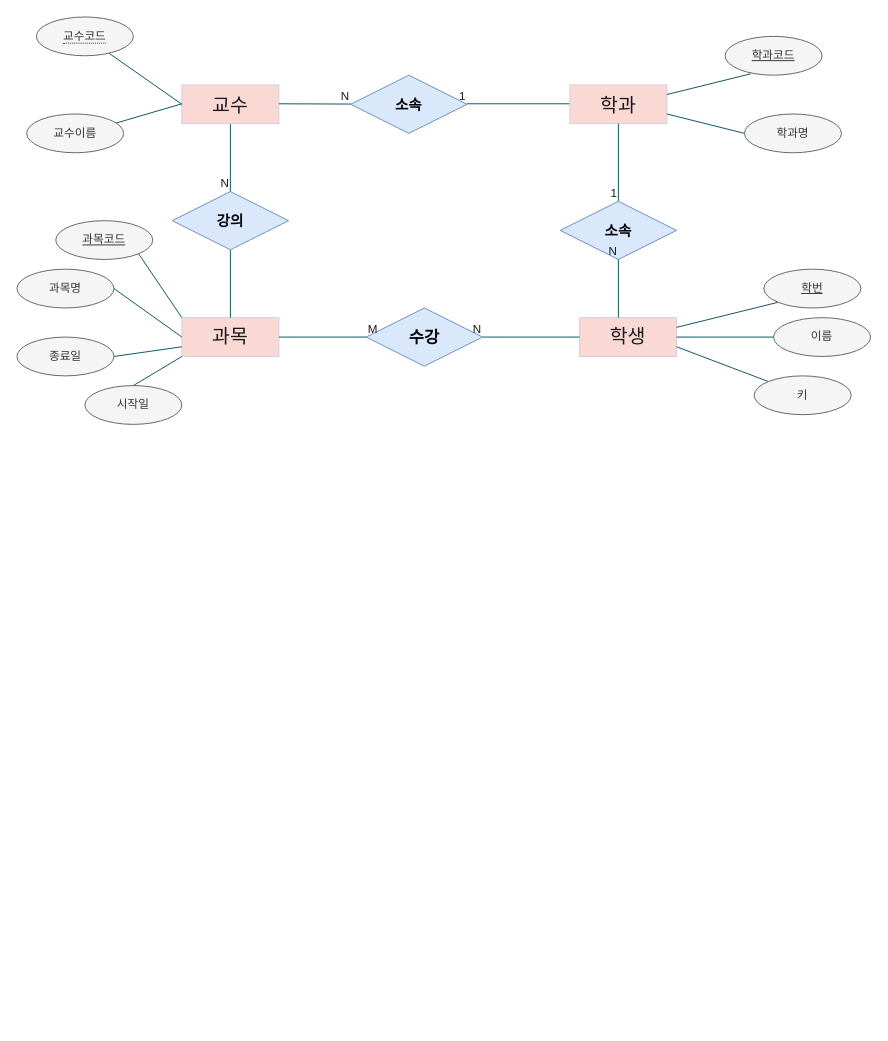
Before: 학사관리시스템.drawio in GyeomPark/SQL, a draw.io diagram. Source tidied: cells renumbered, new cells numbered last; positions are measured from the earlier drawing's top-left corner, leaving out a move shared by most shapes. Both pictures are drawn from the tidied source at 97%, with x=0, y=0 at pixel (16, 16).
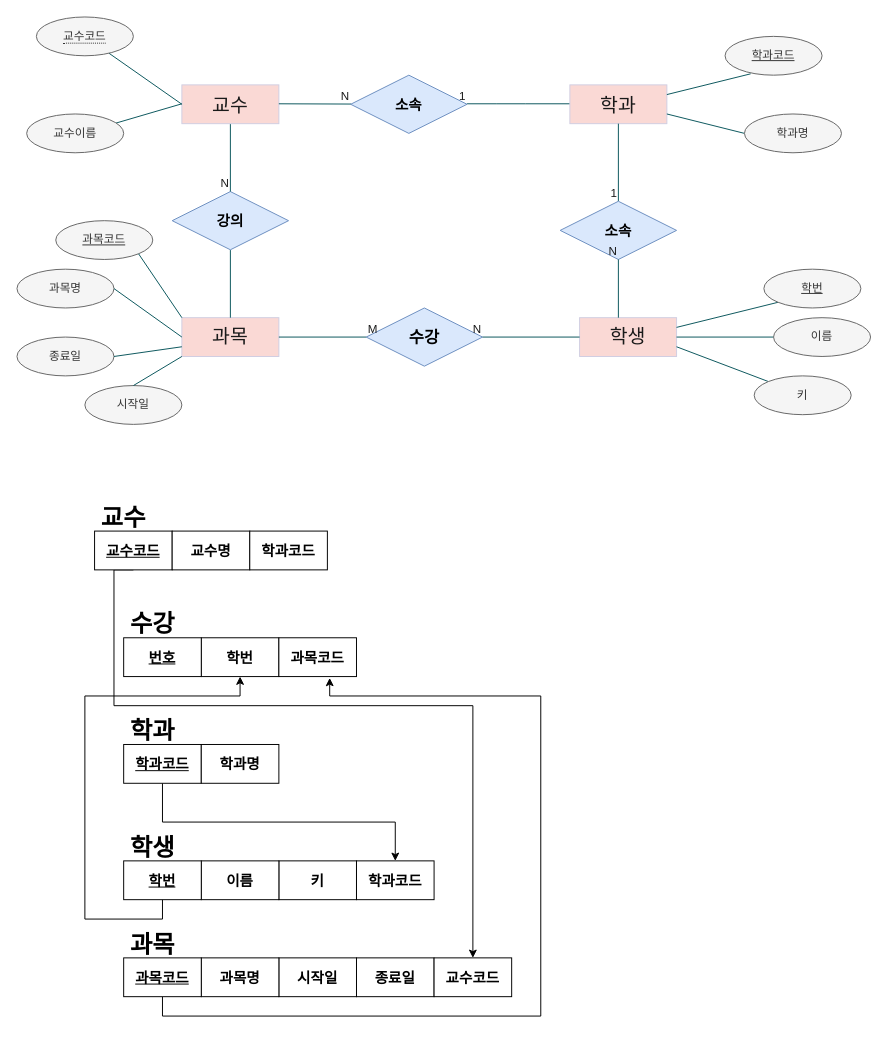
Above is the later version.

Commit message (it also covers changes not shown here):
학사관리시스템.drawio 업데이트

Diff of the diagram source:
```diff
@@
+    <mxCell id="49" style="edgeStyle=orthogonalEdgeStyle;rounded=0;jettySize=auto;html=1;exitX=0.5;exitY=1;exitDx=0;exitDy=0;entryX=0.5;entryY=0;entryDx=0;entryDy=0;" parent="1" edge="1" source="50" target="74">
+      <mxGeometry relative="1" as="geometry">
+        <Array as="points">
+          <mxPoint x="100" y="570" />
+          <mxPoint x="100" y="710" />
+          <mxPoint x="470" y="710" />
+        </Array>
+      </mxGeometry>
+    </mxCell>
+    <mxCell id="50" value="교수코드" style="rounded=0;whiteSpace=wrap;html=1;fontSize=15;fontStyle=5;" parent="1" vertex="1">
+      <mxGeometry x="80" y="530" width="80" height="40" as="geometry" />
+    </mxCell>
+    <mxCell id="51" value="학번" style="rounded=0;whiteSpace=wrap;html=1;fontSize=15;fontStyle=1;" parent="1" vertex="1">
+      <mxGeometry x="190" y="640" width="80" height="40" as="geometry" />
+    </mxCell>
+    <mxCell id="52" value="번호" style="rounded=0;whiteSpace=wrap;html=1;fontSize=15;fontStyle=5;" parent="1" vertex="1">
+      <mxGeometry x="110" y="640" width="80" height="40" as="geometry" />
+    </mxCell>
+    <mxCell id="53" value="교수명" style="rounded=0;whiteSpace=wrap;html=1;fontSize=15;fontStyle=1;" parent="1" vertex="1">
+      <mxGeometry x="160" y="530" width="80" height="40" as="geometry" />
+    </mxCell>
+    <mxCell id="54" value="과목코드" style="rounded=0;whiteSpace=wrap;html=1;fontSize=15;fontStyle=1;" parent="1" vertex="1">
+      <mxGeometry x="270" y="640" width="80" height="40" as="geometry" />
+    </mxCell>
+    <mxCell id="55" value="&lt;b&gt;&lt;font style=&quot;font-size: 25px;&quot;&gt;교수&lt;/font&gt;&lt;/b&gt;" style="text;html=1;strokeColor=none;fillColor=none;align=center;verticalAlign=middle;whiteSpace=wrap;rounded=0;" parent="1" vertex="1">
+      <mxGeometry x="80" y="500" width="60" height="30" as="geometry" />
+    </mxCell>
+    <mxCell id="56" value="&lt;font style=&quot;&quot;&gt;&lt;font style=&quot;font-size: 25px;&quot;&gt;&lt;b&gt;수강&lt;/b&gt;&lt;/font&gt;&lt;br&gt;&lt;/font&gt;" style="text;html=1;strokeColor=none;fillColor=none;align=center;verticalAlign=middle;whiteSpace=wrap;rounded=0;" parent="1" vertex="1">
+      <mxGeometry x="110" y="610" width="60" height="30" as="geometry" />
+    </mxCell>
+    <mxCell id="57" style="edgeStyle=orthogonalEdgeStyle;rounded=0;jettySize=auto;html=1;exitX=0.5;exitY=1;exitDx=0;exitDy=0;entryX=0.5;entryY=0;entryDx=0;entryDy=0;" parent="1" edge="1" source="58" target="66">
+      <mxGeometry relative="1" as="geometry" />
+    </mxCell>
+    <mxCell id="58" value="학과코드" style="rounded=0;whiteSpace=wrap;html=1;fontSize=15;fontStyle=5;" parent="1" vertex="1">
+      <mxGeometry x="110" y="750" width="80" height="40" as="geometry" />
+    </mxCell>
+    <mxCell id="59" value="학과명" style="rounded=0;whiteSpace=wrap;html=1;fontSize=15;fontStyle=1;" parent="1" vertex="1">
+      <mxGeometry x="190" y="750" width="80" height="40" as="geometry" />
+    </mxCell>
+    <mxCell id="60" value="키" style="rounded=0;whiteSpace=wrap;html=1;fontSize=15;fontStyle=1;" parent="1" vertex="1">
+      <mxGeometry x="270" y="870" width="80" height="40" as="geometry" />
+    </mxCell>
+    <mxCell id="61" value="이름" style="rounded=0;whiteSpace=wrap;html=1;fontSize=15;fontStyle=1;" parent="1" vertex="1">
+      <mxGeometry x="190" y="870" width="80" height="40" as="geometry" />
+    </mxCell>
+    <mxCell id="62" style="edgeStyle=orthogonalEdgeStyle;rounded=0;jettySize=auto;html=1;exitX=0.5;exitY=1;exitDx=0;exitDy=0;entryX=0.5;entryY=1;entryDx=0;entryDy=0;" parent="1" edge="1" source="63" target="51">
+      <mxGeometry relative="1" as="geometry">
+        <Array as="points">
+          <mxPoint x="150" y="930" />
+          <mxPoint x="70" y="930" />
+          <mxPoint x="70" y="700" />
+          <mxPoint x="230" y="700" />
+        </Array>
+      </mxGeometry>
+    </mxCell>
+    <mxCell id="63" value="학번" style="rounded=0;whiteSpace=wrap;html=1;fontSize=15;fontStyle=5;" parent="1" vertex="1">
+      <mxGeometry x="110" y="870" width="80" height="40" as="geometry" />
+    </mxCell>
+    <mxCell id="64" value="&lt;span style=&quot;font-size: 25px;&quot;&gt;학과&lt;/span&gt;" style="text;html=1;strokeColor=none;fillColor=none;align=center;verticalAlign=middle;whiteSpace=wrap;rounded=0;fontStyle=1;" parent="1" vertex="1">
+      <mxGeometry x="110" y="720" width="60" height="30" as="geometry" />
+    </mxCell>
+    <mxCell id="65" value="학생" style="text;html=1;strokeColor=none;fillColor=none;align=center;verticalAlign=middle;whiteSpace=wrap;rounded=0;fontStyle=1;fontSize=25;" parent="1" vertex="1">
+      <mxGeometry x="110" y="840" width="60" height="30" as="geometry" />
+    </mxCell>
+    <mxCell id="66" value="&lt;font style=&quot;font-size: 15px;&quot;&gt;&lt;b&gt;학과코드&lt;/b&gt;&lt;/font&gt;" style="rounded=0;whiteSpace=wrap;html=1;" parent="1" vertex="1">
+      <mxGeometry x="350" y="870" width="80" height="40" as="geometry" />
+    </mxCell>
+    <mxCell id="67" value="&lt;font style=&quot;font-size: 15px;&quot;&gt;&lt;b&gt;학과코드&lt;/b&gt;&lt;/font&gt;" style="rounded=0;whiteSpace=wrap;html=1;" parent="1" vertex="1">
+      <mxGeometry x="240" y="530" width="80" height="40" as="geometry" />
+    </mxCell>
+    <mxCell id="68" value="&lt;b&gt;&lt;font style=&quot;font-size: 25px;&quot;&gt;과목&lt;/font&gt;&lt;/b&gt;" style="text;html=1;strokeColor=none;fillColor=none;align=center;verticalAlign=middle;whiteSpace=wrap;rounded=0;" parent="1" vertex="1">
+      <mxGeometry x="110" y="940" width="60" height="30" as="geometry" />
+    </mxCell>
+    <mxCell id="69" value="종료일" style="rounded=0;whiteSpace=wrap;html=1;fontSize=15;fontStyle=1;" parent="1" vertex="1">
+      <mxGeometry x="350" y="970" width="80" height="40" as="geometry" />
+    </mxCell>
+    <mxCell id="70" value="시작일" style="rounded=0;whiteSpace=wrap;html=1;fontSize=15;fontStyle=1;" parent="1" vertex="1">
+      <mxGeometry x="270" y="970" width="80" height="40" as="geometry" />
+    </mxCell>
+    <mxCell id="71" value="과목명" style="rounded=0;whiteSpace=wrap;html=1;fontSize=15;fontStyle=1;" parent="1" vertex="1">
+      <mxGeometry x="190" y="970" width="80" height="40" as="geometry" />
+    </mxCell>
+    <mxCell id="72" style="edgeStyle=orthogonalEdgeStyle;rounded=0;jettySize=auto;html=1;exitX=0.5;exitY=1;exitDx=0;exitDy=0;entryX=0.655;entryY=1.035;entryDx=0;entryDy=0;entryPerimeter=0;" parent="1" edge="1" source="73" target="54">
+      <mxGeometry relative="1" as="geometry">
+        <Array as="points">
+          <mxPoint x="150" y="1030" />
+          <mxPoint x="540" y="1030" />
+          <mxPoint x="540" y="700" />
+          <mxPoint x="322" y="700" />
+        </Array>
+      </mxGeometry>
+    </mxCell>
+    <mxCell id="73" value="과목코드" style="rounded=0;whiteSpace=wrap;html=1;fontSize=15;fontStyle=5;" parent="1" vertex="1">
+      <mxGeometry x="110" y="970" width="80" height="40" as="geometry" />
+    </mxCell>
+    <mxCell id="74" value="교수코드" style="rounded=0;whiteSpace=wrap;html=1;fontSize=15;fontStyle=1;" parent="1" vertex="1">
+      <mxGeometry x="430" y="970" width="80" height="40" as="geometry" />
+    </mxCell>
```
